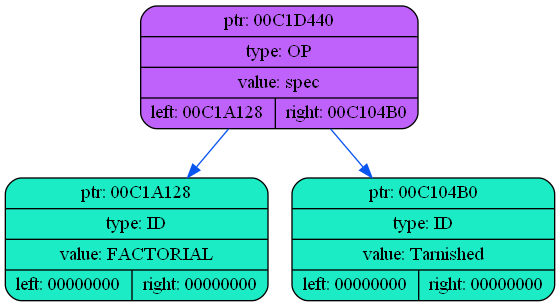
The Graphviz diagram dump/dump1.png in coffee8cat/Elden-language, before a commit. Its source is kept beside it as dump/dump1.dot.
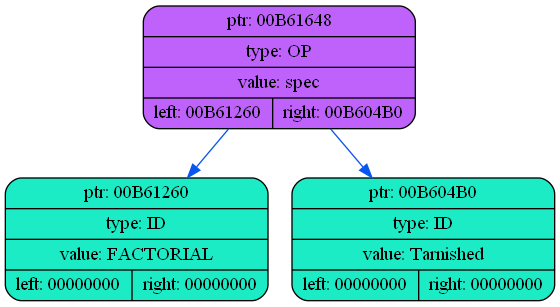
After the commit.

Change to the diagram source:
```diff
@@ -2,9 +2,9 @@
 {
     rankdir=TP
 
-        node00C1D440[shape=record,style="rounded,filled",fillcolor="#BF62FC",label="{ ptr: 00C1D440 | type: OP | value: spec| { left: 00C1A128 | right: 00C104B0 }}"];
-    node00C1D440 -> node00C1A128[color="#0855F0"]
-    node00C1A128[shape=record,style="rounded,filled",fillcolor="#1BECC5",label="{ ptr: 00C1A128 | type: ID | value: FACTORIAL| { left: 00000000 | right: 00000000 }}"];
-    node00C1D440 -> node00C104B0[color="#0855F0"]
-    node00C104B0[shape=record,style="rounded,filled",fillcolor="#1BECC5",label="{ ptr: 00C104B0 | type: ID | value: Tarnished| { left: 00000000 | right: 00000000 }}"];
+        node00B61648[shape=record,style="rounded,filled",fillcolor="#BF62FC",label="{ ptr: 00B61648 | type: OP | value: spec| { left: 00B61260 | right: 00B604B0 }}"];
+    node00B61648 -> node00B61260[color="#0855F0"]
+    node00B61260[shape=record,style="rounded,filled",fillcolor="#1BECC5",label="{ ptr: 00B61260 | type: ID | value: FACTORIAL| { left: 00000000 | right: 00000000 }}"];
+    node00B61648 -> node00B604B0[color="#0855F0"]
+    node00B604B0[shape=record,style="rounded,filled",fillcolor="#1BECC5",label="{ ptr: 00B604B0 | type: ID | value: Tarnished| { left: 00000000 | right: 00000000 }}"];
 }
```
